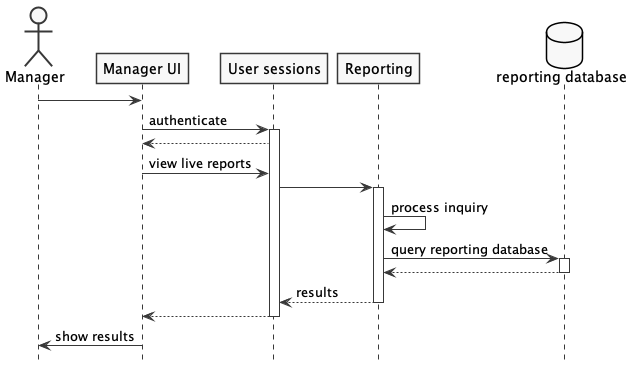
Before: docs/diagrams/out/manager-reporting-sequence-diagram/View Live Reports.png, a diagram exported from PlantUML (myaser/architecture-kata).
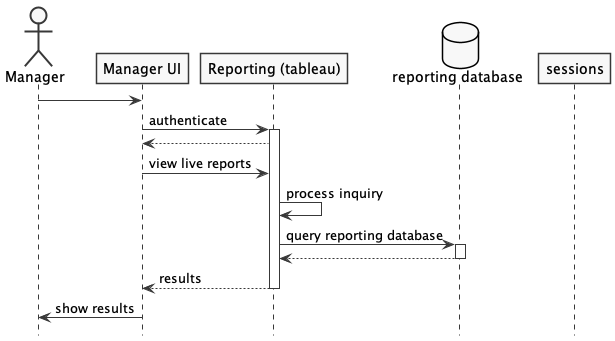
The same file after the commit.

Commit message:
correct diagrams

Diff of the diagram source:
```diff
@@ -5,26 +5,21 @@
 
 actor Manager
 participant "Manager UI" as UI
-participant "User sessions" as sessions
-participant "Reporting" as reporting
+participant "Reporting (tableau)" as reporting
 database "reporting database" as db
 
 Manager -> UI
-UI -> sessions: authenticate
-activate sessions
-UI <-- sessions
-UI -> sessions: view live reports
-sessions -> reporting
+UI -> reporting: authenticate
 activate reporting
+UI <-- reporting
+UI -> reporting: view live reports
 reporting -> reporting: process inquiry
 reporting -> db: query reporting database
 activate db
 reporting <-- db
 deactivate db
-sessions <-- reporting: results
+UI <-- reporting: results
 deactivate reporting
-
-UI <-- sessions:
 deactivate sessions
 UI -> Manager: show results
 
```
